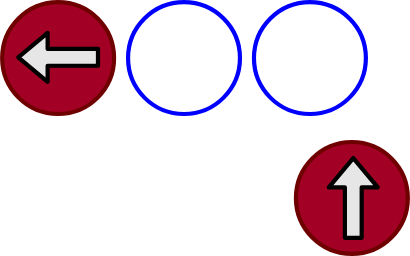
The draw.io diagram StreetFighter6/images/m_4_8.svg in yamasdais/notebook, before a commit. Source tidied: cells renumbered, new cells last; positions are measured from the earlier drawing's top-left corner, leaving out a move shared by most shapes. Its diagram source:
```xml
<mxGraphModel>
  <root>
    <mxCell id="0" />
    <mxCell id="1" parent="0" />
    <mxCell id="2" style="ellipse;whiteSpace=wrap;html=1;strokeWidth=3;fillColor=none;strokeColor=#0000FF;" parent="1" vertex="1">
      <mxGeometry x="180" width="80" height="80" as="geometry" />
    </mxCell>
    <mxCell id="3" style="group;" parent="1" vertex="1">
      <mxGeometry width="80" height="80" as="geometry" />
    </mxCell>
    <mxCell id="4" style="ellipse;whiteSpace=wrap;html=1;strokeWidth=3;fillColor=#a20025;fontColor=#ffffff;strokeColor=#6F0000;" parent="3" vertex="1">
      <mxGeometry width="80" height="80" as="geometry" />
    </mxCell>
    <mxCell id="5" style="shape=flexArrow;endArrow=classic;html=1;strokeWidth=3;strokeColor=default;fillColor=#E6E6E6;" parent="3" edge="1">
      <mxGeometry relative="1" as="geometry">
        <mxPoint x="70" y="39.5" as="sourcePoint" />
        <mxPoint x="10" y="39.5" as="targetPoint" />
      </mxGeometry>
    </mxCell>
    <mxCell id="6" style="group;rotation=90;" parent="1" vertex="1">
      <mxGeometry x="210" y="100" width="80" height="80" as="geometry" />
    </mxCell>
    <mxCell id="7" style="ellipse;whiteSpace=wrap;html=1;strokeWidth=3;fillColor=#a20025;fontColor=#ffffff;strokeColor=#6F0000;rotation=90;" parent="6" vertex="1">
      <mxGeometry width="80" height="80" as="geometry" />
    </mxCell>
    <mxCell id="8" style="shape=flexArrow;endArrow=classic;html=1;strokeWidth=3;strokeColor=default;fillColor=#E6E6E6;" parent="6" edge="1">
      <mxGeometry relative="1" as="geometry">
        <mxPoint x="41" y="70" as="sourcePoint" />
        <mxPoint x="41" y="10" as="targetPoint" />
      </mxGeometry>
    </mxCell>
    <mxCell id="9" style="ellipse;whiteSpace=wrap;html=1;strokeWidth=3;fillColor=none;strokeColor=#0000FF;" parent="1" vertex="1">
      <mxGeometry x="90" width="80" height="80" as="geometry" />
    </mxCell>
  </root>
</mxGraphModel>
```
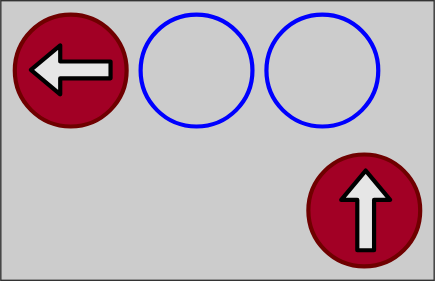
The same file after the commit.

Diff of the diagram source:
```diff
@@ -2,6 +2,9 @@
   <root>
     <mxCell id="0" />
     <mxCell id="1" parent="0" />
+    <mxCell id="10" style="rounded=0;whiteSpace=wrap;html=1;fillColor=#CCCCCC;strokeColor=#333333;" parent="1" vertex="1">
+      <mxGeometry x="-10" y="-10" width="310" height="200" as="geometry" />
+    </mxCell>
     <mxCell id="2" style="ellipse;whiteSpace=wrap;html=1;strokeWidth=3;fillColor=none;strokeColor=#0000FF;" parent="1" vertex="1">
       <mxGeometry x="180" width="80" height="80" as="geometry" />
     </mxCell>
```
